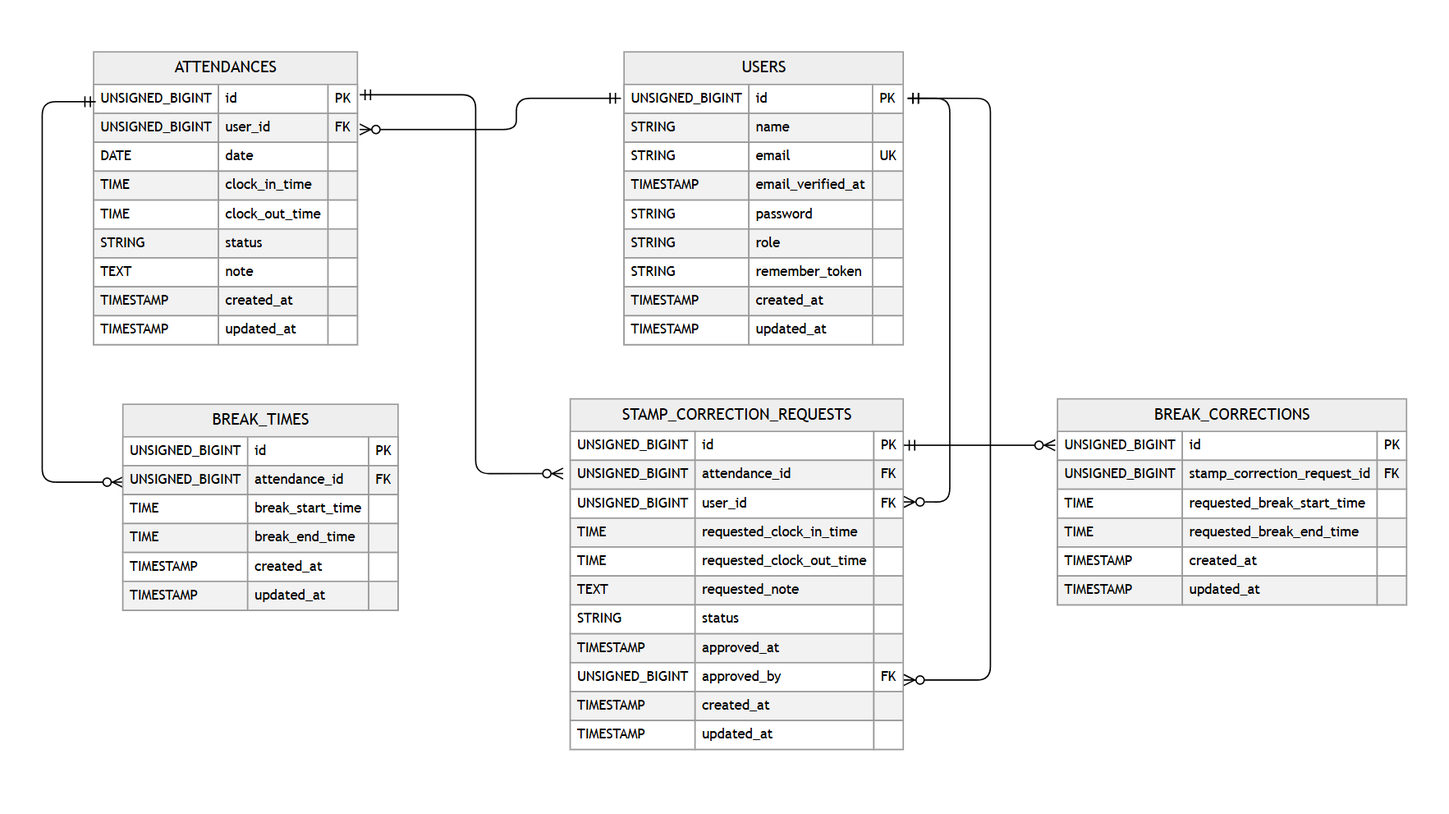
Before: docs/images/attendance-ER.png, a diagram exported from Mermaid (StudioRocha/mock_case2). Its source is kept beside it as docs/attendance-er.mmd.
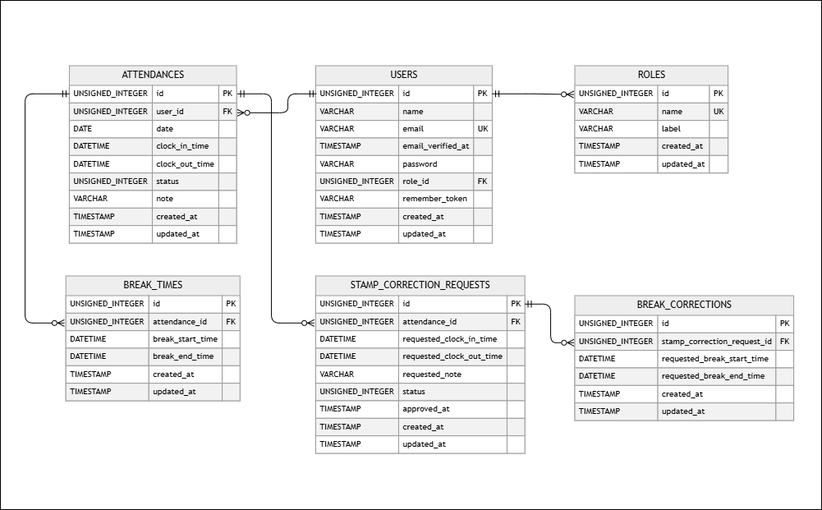
After the commit.

Change to the diagram source:
```diff
@@ -1,59 +1,64 @@
 erDiagram
     ROLES {
         UNSIGNED_INTEGER id PK
-        VARCHAR name UK "255"
-        VARCHAR label "255"
-        TIMESTAMP created_at "nullable"
-        TIMESTAMP updated_at "nullable"
+        VARCHAR name UK
+        VARCHAR label
+        TIMESTAMP created_at
+        TIMESTAMP updated_at
     }
+erDiagram
     USERS {
         UNSIGNED_INTEGER id PK
-        VARCHAR name "255"
-        VARCHAR email UK "255"
-        TIMESTAMP email_verified_at "nullable"
-        VARCHAR password "255"
+        VARCHAR name
+        VARCHAR email UK
+        TIMESTAMP email_verified_at
+        VARCHAR password
         UNSIGNED_INTEGER role_id FK
-        VARCHAR remember_token "nullable"
-        TIMESTAMP created_at "nullable"
-        TIMESTAMP updated_at "nullable"
+        VARCHAR remember_token
+        TIMESTAMP created_at
+        TIMESTAMP updated_at
     }
+erDiagram
     ATTENDANCES {
         UNSIGNED_INTEGER id PK
         UNSIGNED_INTEGER user_id FK
         DATE date
-        DATETIME clock_in_time "nullable"
-        DATETIME clock_out_time "nullable"
+        DATETIME clock_in_time
+        DATETIME clock_out_time
         UNSIGNED_INTEGER status
-        VARCHAR note "500, nullable"
-        TIMESTAMP created_at "nullable"
-        TIMESTAMP updated_at "nullable"
+        VARCHAR note
+        TIMESTAMP created_at
+        TIMESTAMP updated_at
     }
+ erDiagram
     BREAK_TIMES {
         UNSIGNED_INTEGER id PK
         UNSIGNED_INTEGER attendance_id FK
-        DATETIME break_start_time "nullable"
-        DATETIME break_end_time "nullable"
-        TIMESTAMP created_at "nullable"
-        TIMESTAMP updated_at "nullable"
+        DATETIME break_start_time
+        DATETIME break_end_time
+        TIMESTAMP created_at
+        TIMESTAMP updated_at
     }
+  erDiagram
     STAMP_CORRECTION_REQUESTS {
         UNSIGNED_INTEGER id PK
         UNSIGNED_INTEGER attendance_id FK
-        DATETIME requested_clock_in_time "nullable"
-        DATETIME requested_clock_out_time "nullable"
-        VARCHAR requested_note "500"
+        DATETIME requested_clock_in_time
+        DATETIME requested_clock_out_time
+        VARCHAR requested_note
         UNSIGNED_INTEGER status
-        TIMESTAMP approved_at "nullable"
-        TIMESTAMP created_at "nullable"
-        TIMESTAMP updated_at "nullable"
+        TIMESTAMP approved_at
+        TIMESTAMP created_at
+        TIMESTAMP updated_at
     }
+ erDiagram
     BREAK_CORRECTIONS {
         UNSIGNED_INTEGER id PK
         UNSIGNED_INTEGER stamp_correction_request_id FK
-        DATETIME requested_break_start_time "nullable"
-        DATETIME requested_break_end_time "nullable"
-        TIMESTAMP created_at "nullable"
-        TIMESTAMP updated_at "nullable"
+        DATETIME requested_break_start_time
+        DATETIME requested_break_end_time
+        TIMESTAMP created_at
+        TIMESTAMP updated_at
     }
 
     ROLES ||--o{ USERS : "ROLES.id = USERS.role_id (ON DELETE RESTRICT)"
```
